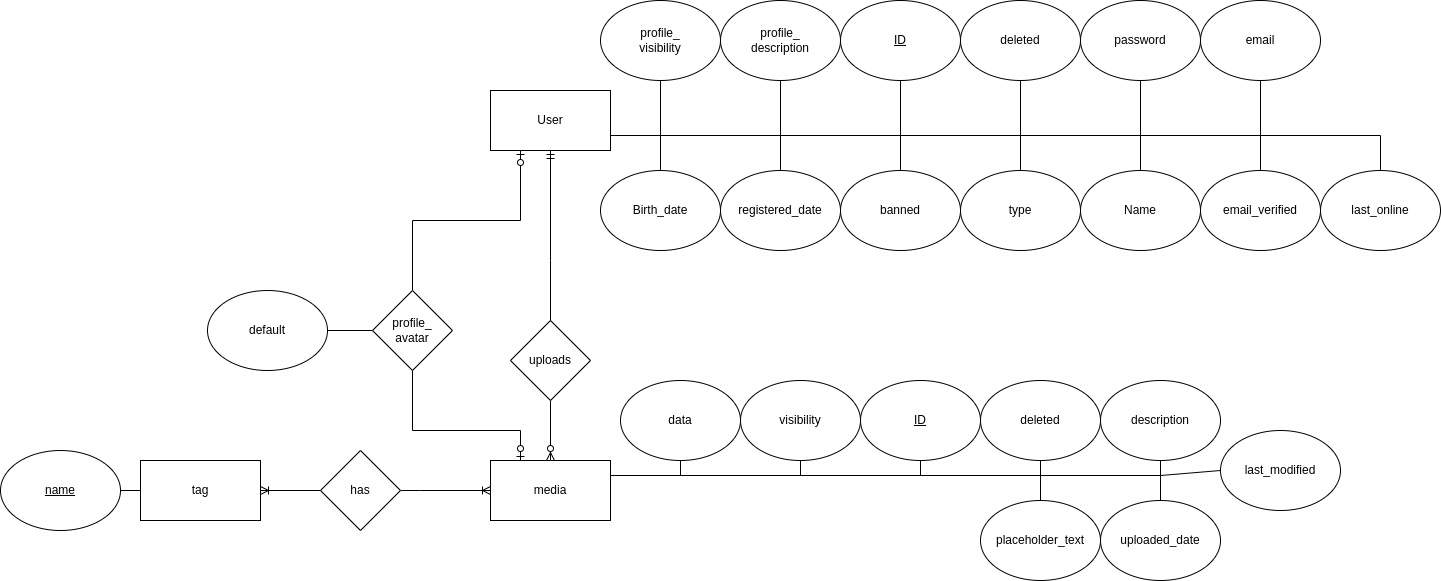
The draw.io diagram docs/dev/db/img/visual_posting_db_er_phase_01.drawio.png in gombosg21/vizsgaremek, before a commit. Source tidied: cells renumbered, new cells last; positions are measured from the earlier drawing's top-left corner, leaving out a move shared by most shapes.
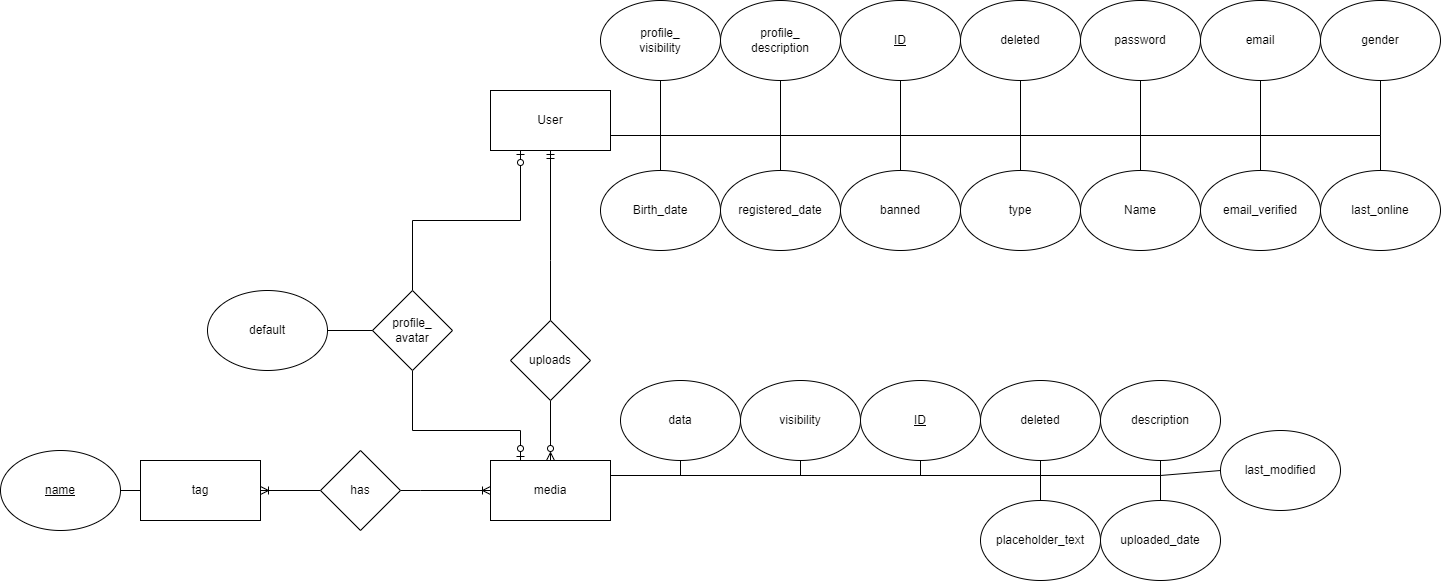
After the commit.

Diff of the diagram source:
```diff
@@ -260,5 +260,11 @@
     <mxCell id="59" value="default" style="ellipse;whiteSpace=wrap;html=1;" parent="1" vertex="1">
       <mxGeometry x="207" y="290" width="120" height="80" as="geometry" />
     </mxCell>
+    <mxCell id="60" style="edgeStyle=orthogonalEdgeStyle;rounded=0;jettySize=auto;html=1;exitX=0.5;exitY=1;exitDx=0;exitDy=0;entryX=1;entryY=0.75;entryDx=0;entryDy=0;endArrow=none;endFill=0;" parent="1" edge="1" source="61" target="4">
+      <mxGeometry relative="1" as="geometry" />
+    </mxCell>
+    <mxCell id="61" value="gender" style="ellipse;whiteSpace=wrap;html=1;" parent="1" vertex="1">
+      <mxGeometry x="1320" width="120" height="80" as="geometry" />
+    </mxCell>
   </root>
 </mxGraphModel>
```
